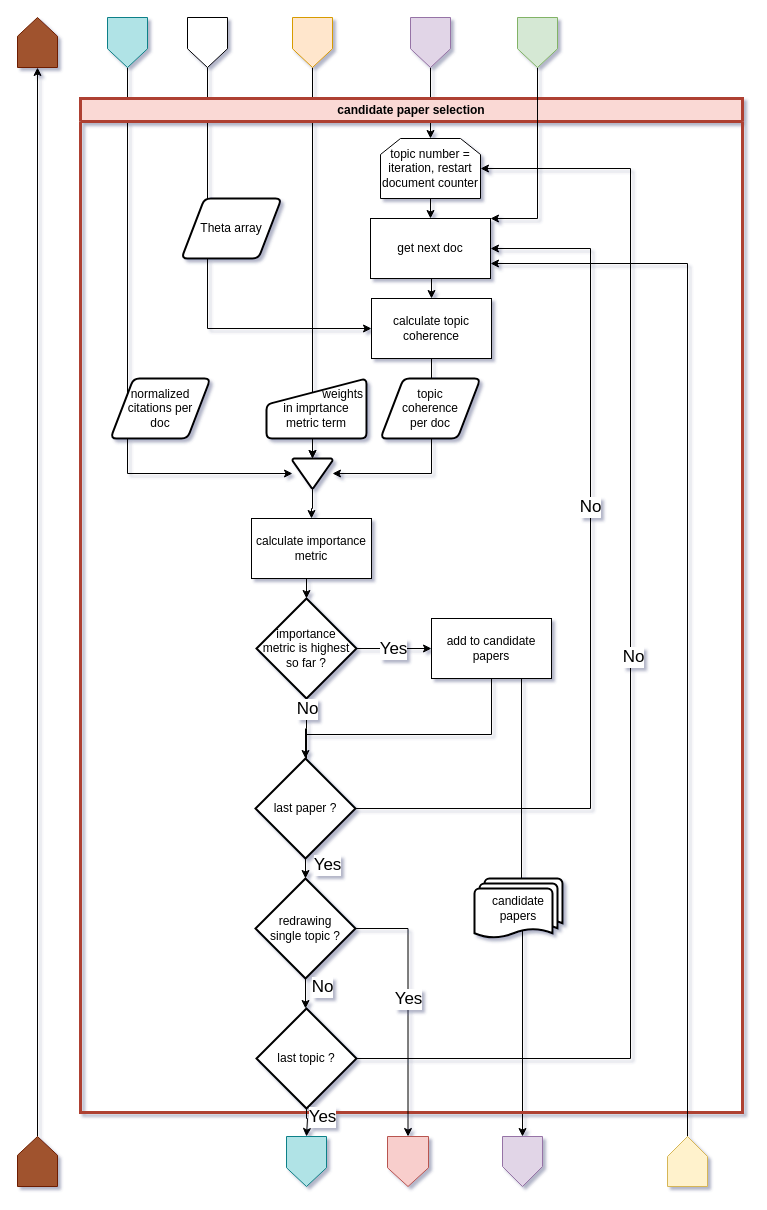
Before: page "Seite-5" (5 of 7) of mainSrc/literaturesurveyflowchart.drawio in PaulPuettbach/literature_study, a draw.io diagram. Source tidied: cells renumbered, new cells numbered last; positions are measured from the earlier drawing's top-left corner, leaving out a move shared by most shapes. Both pictures are drawn from the tidied source at 100%, with x=0, y=0 at pixel (17, 17).
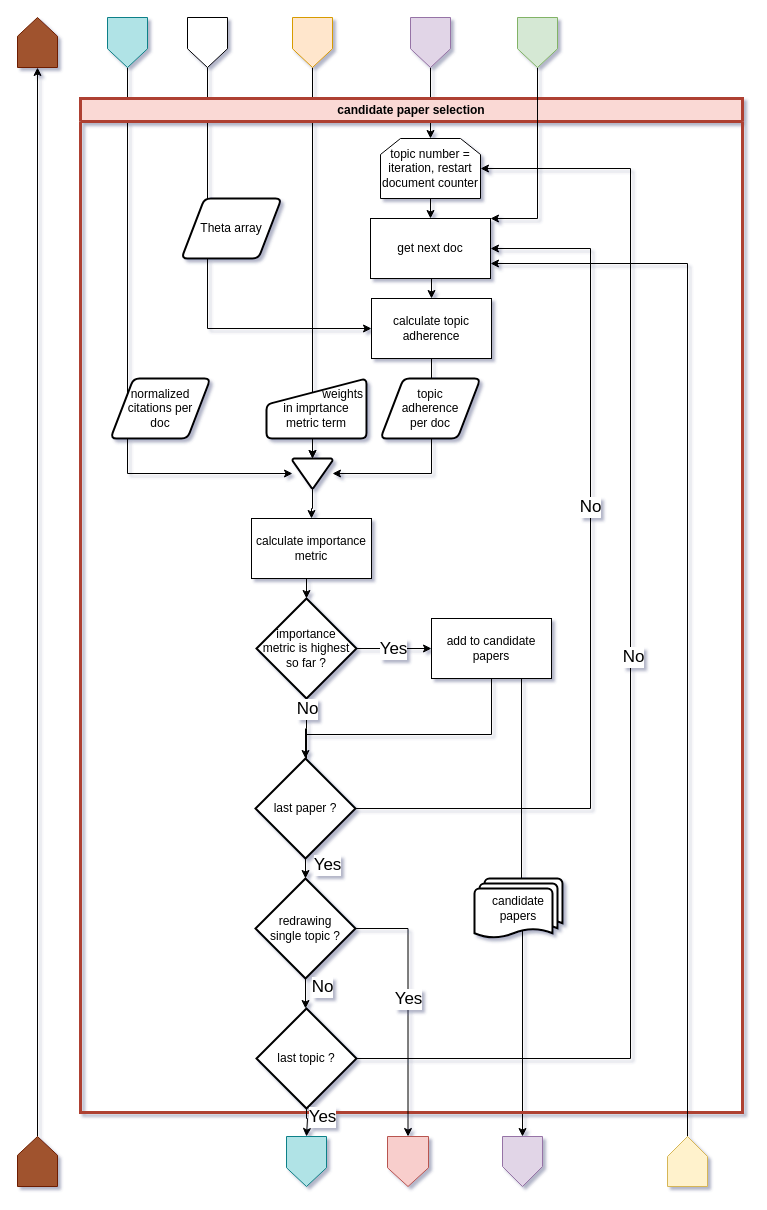
After the change.

Unchanged cells that the change refers to:
```xml
<mxCell id="11" value="candidate paper selection" style="swimlane;whiteSpace=wrap;html=1;fillColor=#fad9d5;strokeColor=#ae4132;strokeWidth=3;" parent="1" vertex="1">
  <mxGeometry x="63" y="81" width="662" height="1014" as="geometry" />
</mxCell>
```

Change to the diagram source:
```diff
@@
-    <mxCell id="14" value="calculate topic coherence" style="rounded=0;whiteSpace=wrap;html=1;" parent="11" vertex="1">
+    <mxCell id="14" value="calculate topic adherence" style="rounded=0;whiteSpace=wrap;html=1;" parent="11" vertex="1">
       <mxGeometry x="291" y="200" width="120" height="60" as="geometry" />
     </mxCell>
@@
-    <mxCell id="29" value="topic &lt;br&gt;coherence &lt;br&gt;per doc" style="shape=parallelogram;html=1;strokeWidth=2;perimeter=parallelogramPerimeter;whiteSpace=wrap;rounded=1;arcSize=12;size=0.23;" parent="11" vertex="1">
+    <mxCell id="29" value="topic &lt;br&gt;adherence&lt;br&gt;per doc" style="shape=parallelogram;html=1;strokeWidth=2;perimeter=parallelogramPerimeter;whiteSpace=wrap;rounded=1;arcSize=12;size=0.23;" parent="11" vertex="1">
       <mxGeometry x="300" y="280" width="100" height="60" as="geometry" />
     </mxCell>
```
